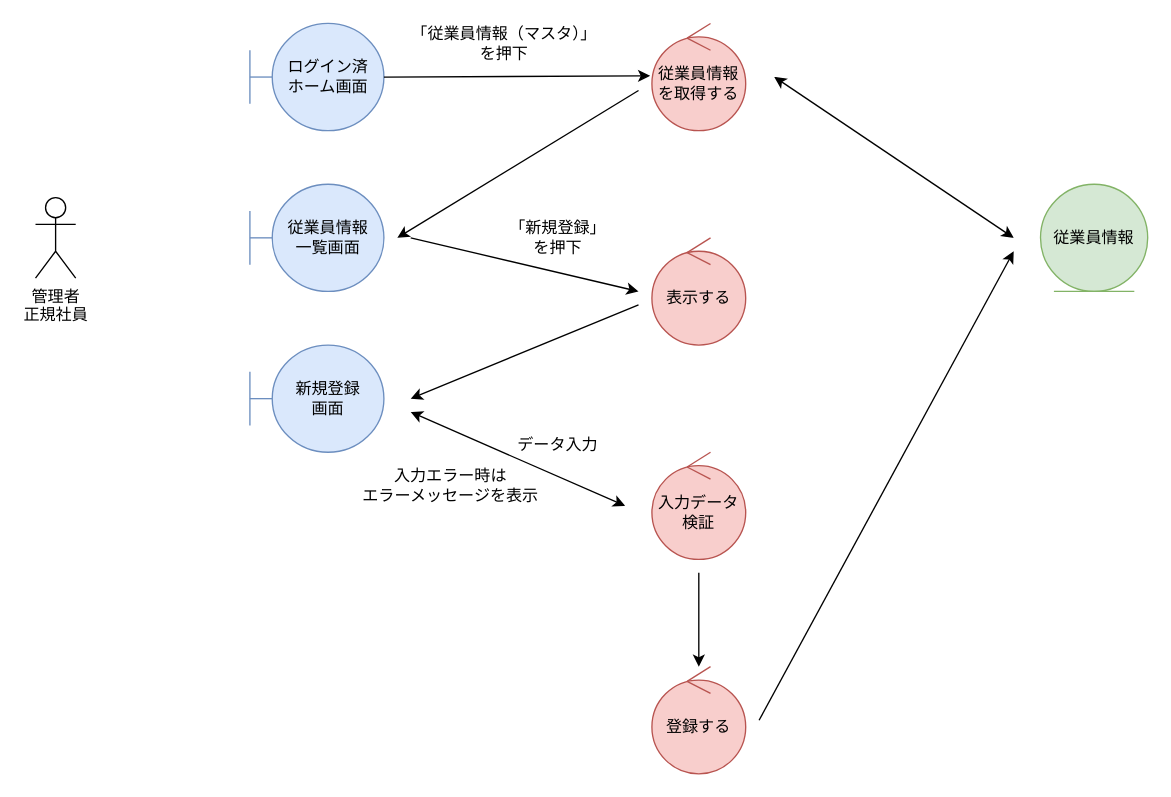
HaruShim/Sotuken keeps this draw.io diagram as page "*従業員情報管理_登録" (7 of 10) of 各種設計書/3ロバストネス図/人事管理/従業員情報管理.drawio. Above is the earlier version. Source tidied: cells renumbered, new cells numbered last; positions are measured from the earlier drawing's top-left corner, leaving out a move shared by most shapes. Both pictures are drawn from the tidied source at 134%, with x=0, y=0 at pixel (35, 23).
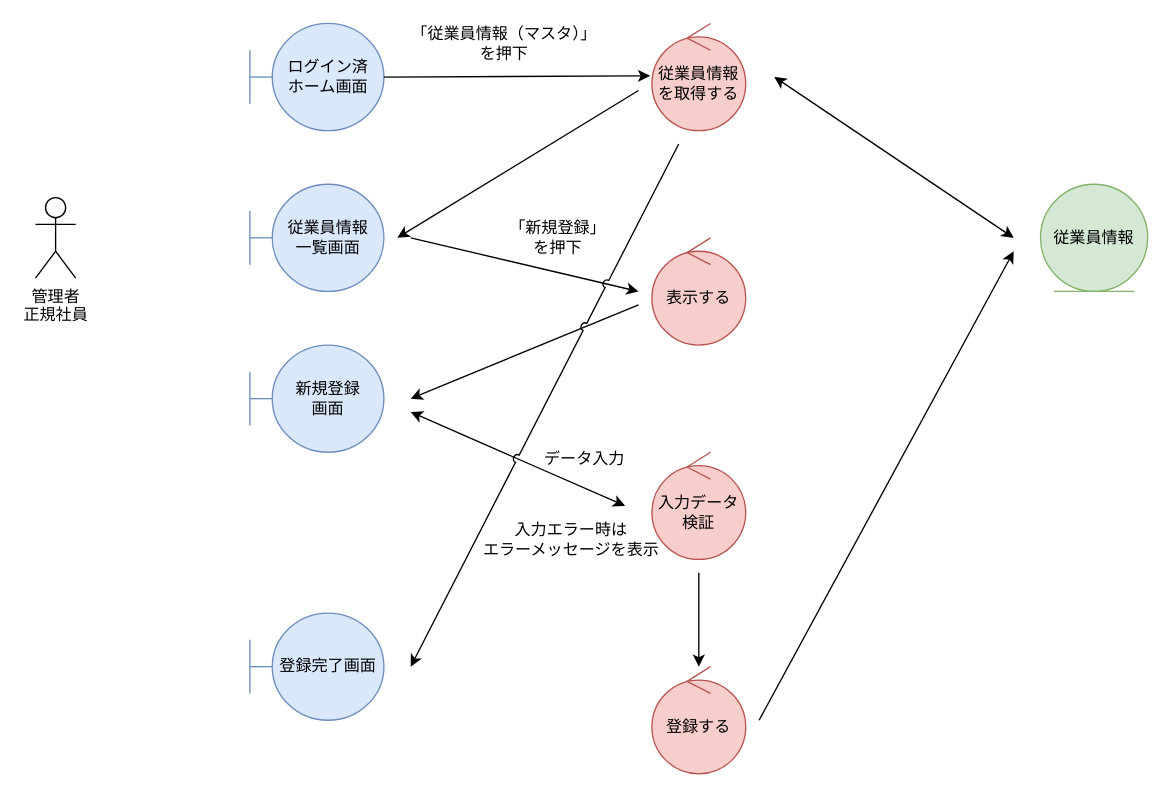
The same page after the edit.

Change to the diagram source:
```diff
@@
     <mxCell id="20" value="データ入力" style="text;html=1;strokeColor=none;fillColor=none;align=center;verticalAlign=middle;whiteSpace=wrap;rounded=0;" parent="1" vertex="1">
-      <mxGeometry x="310" y="300" width="160" height="30" as="geometry" />
+      <mxGeometry x="330" y="310" width="160" height="30" as="geometry" />
     </mxCell>
@@
     <mxCell id="22" value="入力エラー時は&lt;br&gt;エラーメッセージを表示" style="text;html=1;strokeColor=none;fillColor=none;align=center;verticalAlign=middle;whiteSpace=wrap;rounded=0;" parent="1" vertex="1">
-      <mxGeometry x="230" y="330" width="160" height="30" as="geometry" />
+      <mxGeometry x="320" y="370" width="160" height="30" as="geometry" />
     </mxCell>
+    <mxCell id="23" value="登録完了画面" style="shape=umlBoundary;whiteSpace=wrap;html=1;fillColor=#dae8fc;strokeColor=#6c8ebf;" parent="1" vertex="1">
+      <mxGeometry x="160" y="440" width="100" height="80" as="geometry" />
+    </mxCell>
+    <mxCell id="24" style="endArrow=none;html=1;rounded=0;startArrow=classic;startFill=1;endFill=0;jumpStyle=arc;" parent="1" edge="1">
+      <mxGeometry relative="1" as="geometry">
+        <mxPoint x="280" y="480" as="sourcePoint" />
+        <mxPoint x="480" y="90" as="targetPoint" />
+      </mxGeometry>
+    </mxCell>
```
